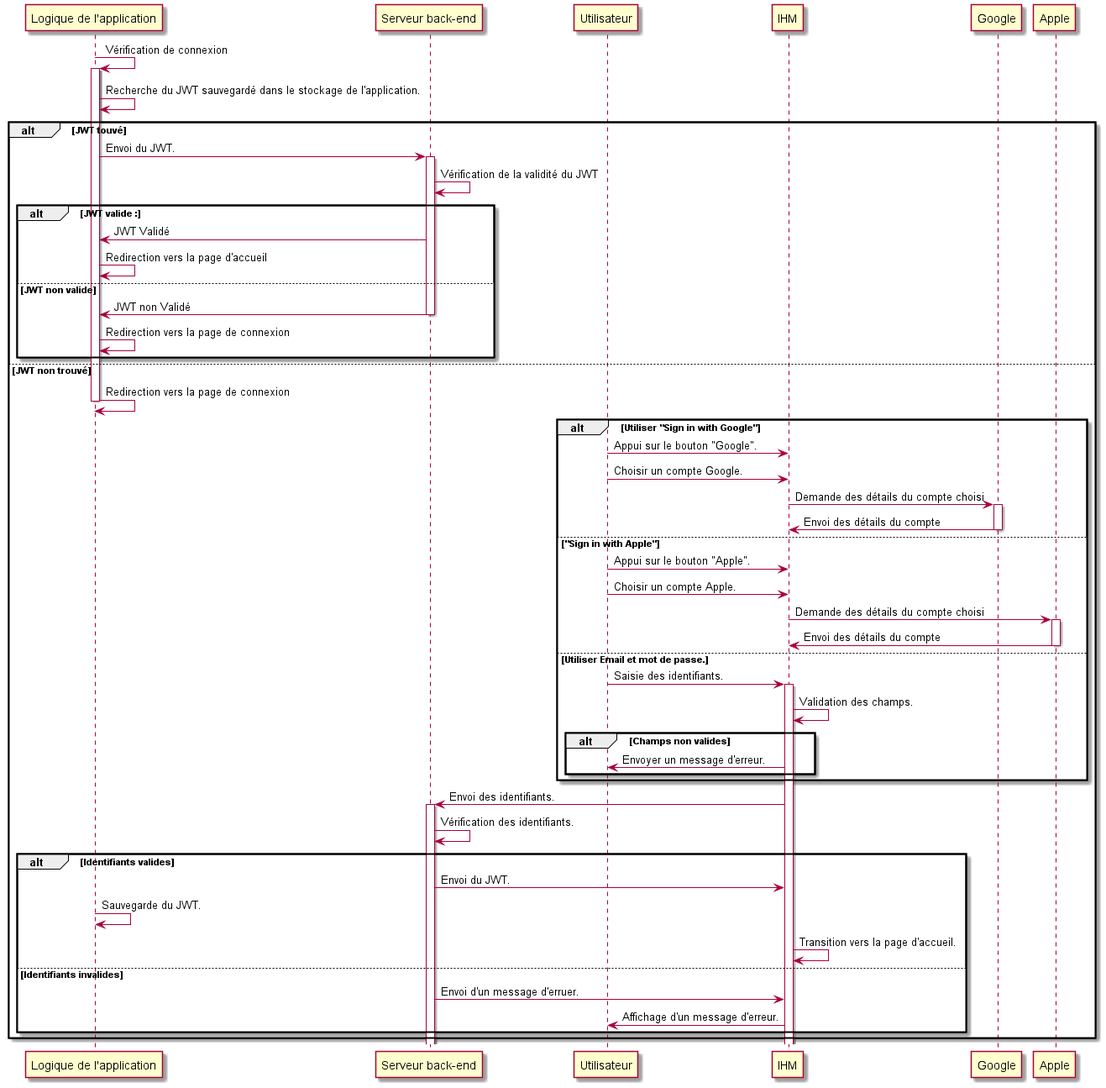
Before: images/uml/Authentification.png, a diagram exported from PlantUML (AlaaAbdelbaki/rapportPFE). Source of this version:
```plantuml
@startuml Authentification
"Logique de l'application" -> "Logique de l'application" ++ : Vérification de connexion
"Logique de l'application" -> "Logique de l'application" : Recherche du JWT sauvegardé dans le stockage de l'application.
alt JWT touvé
"Logique de l'application" -> "Serveur back-end" ++ : Envoi du JWT.
"Serveur back-end" -> "Serveur back-end" : Vérification de la validité du JWT
alt JWT valide :
"Serveur back-end" -> "Logique de l'application" : JWT Validé
"Logique de l'application" -> "Logique de l'application" : Redirection vers la page d'accueil
else JWT non valide
"Serveur back-end" -> "Logique de l'application" --: JWT non Validé
"Logique de l'application" -> "Logique de l'application" : Redirection vers la page de connexion
end
else JWT non trouvé
"Logique de l'application" -> "Logique de l'application" -- : Redirection vers la page de connexion
alt Utiliser "Sign in with Google"
Utilisateur -> IHM : Appui sur le bouton "Google".
Utilisateur -> IHM : Choisir un compte Google.
IHM -> Google ++ : Demande des détails du compte choisi
Google -> IHM --: Envoi des détails du compte
else "Sign in with Apple"
Utilisateur -> IHM : Appui sur le bouton "Apple".
Utilisateur -> IHM : Choisir un compte Apple.
IHM -> Apple ++ : Demande des détails du compte choisi
Apple -> IHM --: Envoi des détails du compte
else Utiliser Email et mot de passe.
Utilisateur -> IHM ++: Saisie des identifiants.
IHM -> IHM : Validation des champs.
alt Champs non valides
IHM -> Utilisateur : Envoyer un message d'erreur.
end
end
IHM -> "Serveur back-end" ++ : Envoi des identifiants.
"Serveur back-end" -> "Serveur back-end" : Vérification des identifiants.
alt Identifiants valides
"Serveur back-end"->IHM : Envoi du JWT.
"Logique de l'application" -> "Logique de l'application" : Sauvegarde du JWT.
IHM -> IHM : Transition vers la page d'accueil.
else Identifiants invalides
"Serveur back-end"->IHM : Envoi d'un message d'erruer.
IHM -> Utilisateur : Affichage d'un message d'erreur.
end
end
@enduml
```
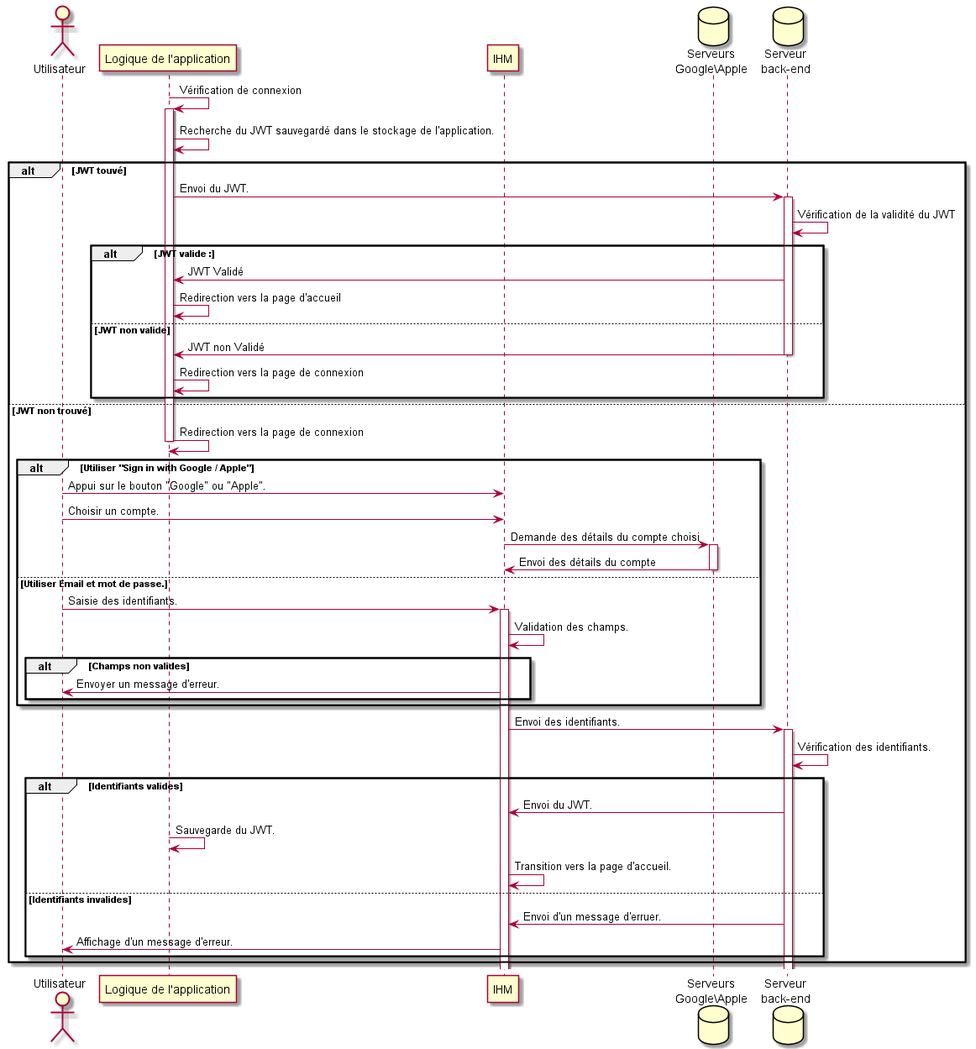
The same diagram one commit later.

Commit message:
Finished Create account and Authentification sections

What changed in the source:
```diff
@@ -1,44 +1,47 @@
 @startuml Authentification
-"Logique de l'application" -> "Logique de l'application" ++ : Vérification de connexion
-"Logique de l'application" -> "Logique de l'application" : Recherche du JWT sauvegardé dans le stockage de l'application.
+
+actor Utilisateur as user
+participant "Logique de l'application" as logic
+participant IHM as IHM
+database "Serveurs\nGoogle\Apple" as server
+database "Serveur\nback-end" as backend
+
+
+logic -> logic ++ : Vérification de connexion
+logic -> logic : Recherche du JWT sauvegardé dans le stockage de l'application.
 alt JWT touvé
-"Logique de l'application" -> "Serveur back-end" ++ : Envoi du JWT.
-"Serveur back-end" -> "Serveur back-end" : Vérification de la validité du JWT
+logic -> backend ++ : Envoi du JWT.
+backend -> backend : Vérification de la validité du JWT
 alt JWT valide :
-"Serveur back-end" -> "Logique de l'application" : JWT Validé
-"Logique de l'application" -> "Logique de l'application" : Redirection vers la page d'accueil
+backend -> logic : JWT Validé
+logic -> logic : Redirection vers la page d'accueil
 else JWT non valide
-"Serveur back-end" -> "Logique de l'application" --: JWT non Validé
-"Logique de l'application" -> "Logique de l'application" : Redirection vers la page de connexion
+backend -> logic --: JWT non Validé
+logic -> logic : Redirection vers la page de connexion
 end
 else JWT non trouvé
-"Logique de l'application" -> "Logique de l'application" -- : Redirection vers la page de connexion
-alt Utiliser "Sign in with Google"
-Utilisateur -> IHM : Appui sur le bouton "Google".
-Utilisateur -> IHM : Choisir un compte Google.
-IHM -> Google ++ : Demande des détails du compte choisi
-Google -> IHM --: Envoi des détails du compte
-else "Sign in with Apple"
-Utilisateur -> IHM : Appui sur le bouton "Apple".
-Utilisateur -> IHM : Choisir un compte Apple.
-IHM -> Apple ++ : Demande des détails du compte choisi
-Apple -> IHM --: Envoi des détails du compte
+logic -> logic -- : Redirection vers la page de connexion
+alt Utiliser "Sign in with Google / Apple"
+user -> IHM : Appui sur le bouton "Google" ou "Apple".
+user -> IHM : Choisir un compte.
+IHM -> server ++ : Demande des détails du compte choisi
+server -> IHM --: Envoi des détails du compte
 else Utiliser Email et mot de passe.
-Utilisateur -> IHM ++: Saisie des identifiants.
+user -> IHM ++: Saisie des identifiants.
 IHM -> IHM : Validation des champs.
 alt Champs non valides
-IHM -> Utilisateur : Envoyer un message d'erreur.
+IHM -> user : Envoyer un message d'erreur.
 end
 end
-IHM -> "Serveur back-end" ++ : Envoi des identifiants.
-"Serveur back-end" -> "Serveur back-end" : Vérification des identifiants.
+IHM -> backend ++ : Envoi des identifiants.
+backend -> backend : Vérification des identifiants.
 alt Identifiants valides
-"Serveur back-end"->IHM : Envoi du JWT.
-"Logique de l'application" -> "Logique de l'application" : Sauvegarde du JWT.
+backend->IHM : Envoi du JWT.
+logic -> logic : Sauvegarde du JWT.
 IHM -> IHM : Transition vers la page d'accueil.
 else Identifiants invalides
-"Serveur back-end"->IHM : Envoi d'un message d'erruer.
-IHM -> Utilisateur : Affichage d'un message d'erreur.
+backend->IHM : Envoi d'un message d'erruer.
+IHM -> user : Affichage d'un message d'erreur.
 end
 end
 @enduml
```
